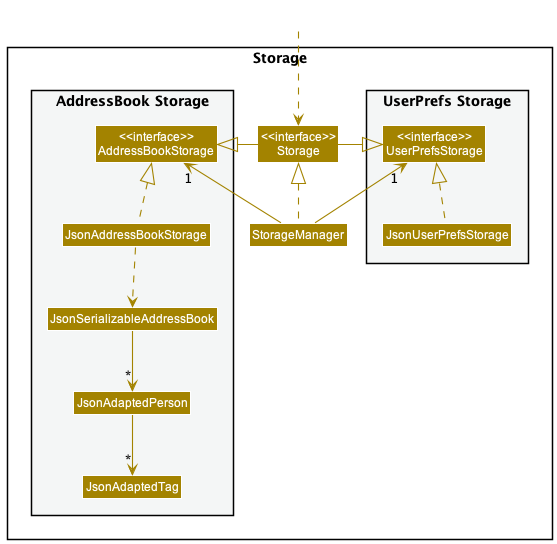
Above: docs/images/StorageClassDiagram.png in nus-cs2103-AY2223S2/tp (PlantUML), before the change.
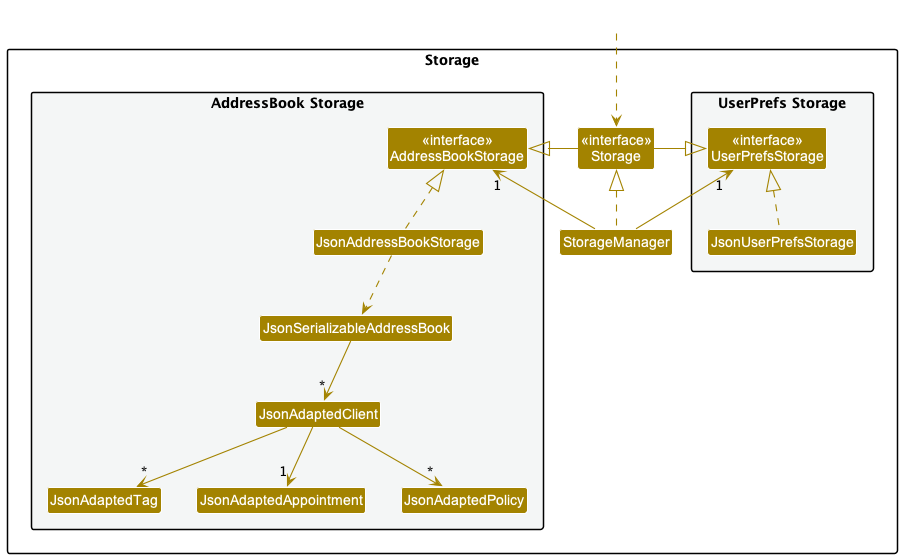
After the commit.

The edit, as a diff of the source:
```diff
@@ -11,33 +11,37 @@
 Class JsonUserPrefsStorage
 }
 
-Class "<<interface>>\nStorage" as Storage
+Class "<<interface>>\nStorage" as StorageInterface
 Class StorageManager
 
 package "AddressBook Storage" #F4F6F6{
 Class "<<interface>>\nAddressBookStorage" as AddressBookStorage
 Class JsonAddressBookStorage
 Class JsonSerializableAddressBook
-Class JsonAdaptedPerson
+Class JsonAdaptedClient
 Class JsonAdaptedTag
+Class JsonAdaptedAppointment
+Class JsonAdaptedPolicy
 }
 
 }
 
 Class HiddenOutside #FFFFFF
-HiddenOutside ..> Storage
+HiddenOutside ..> StorageInterface
 
-StorageManager .up.|> Storage
+StorageManager .up.|> StorageInterface
 StorageManager -up-> "1" UserPrefsStorage
 StorageManager -up-> "1" AddressBookStorage
 
-Storage -left-|> UserPrefsStorage
-Storage -right-|> AddressBookStorage
+StorageInterface -left-|> UserPrefsStorage
+StorageInterface -right-|> AddressBookStorage
 
 JsonUserPrefsStorage .up.|> UserPrefsStorage
 JsonAddressBookStorage .up.|> AddressBookStorage
 JsonAddressBookStorage ..> JsonSerializableAddressBook
-JsonSerializableAddressBook --> "*" JsonAdaptedPerson
-JsonAdaptedPerson --> "*" JsonAdaptedTag
+JsonSerializableAddressBook --> "*" JsonAdaptedClient
+JsonAdaptedClient --> "*" JsonAdaptedTag
+JsonAdaptedClient --> "*" JsonAdaptedPolicy
+JsonAdaptedClient --> "1" JsonAdaptedAppointment
 
 @enduml
```
